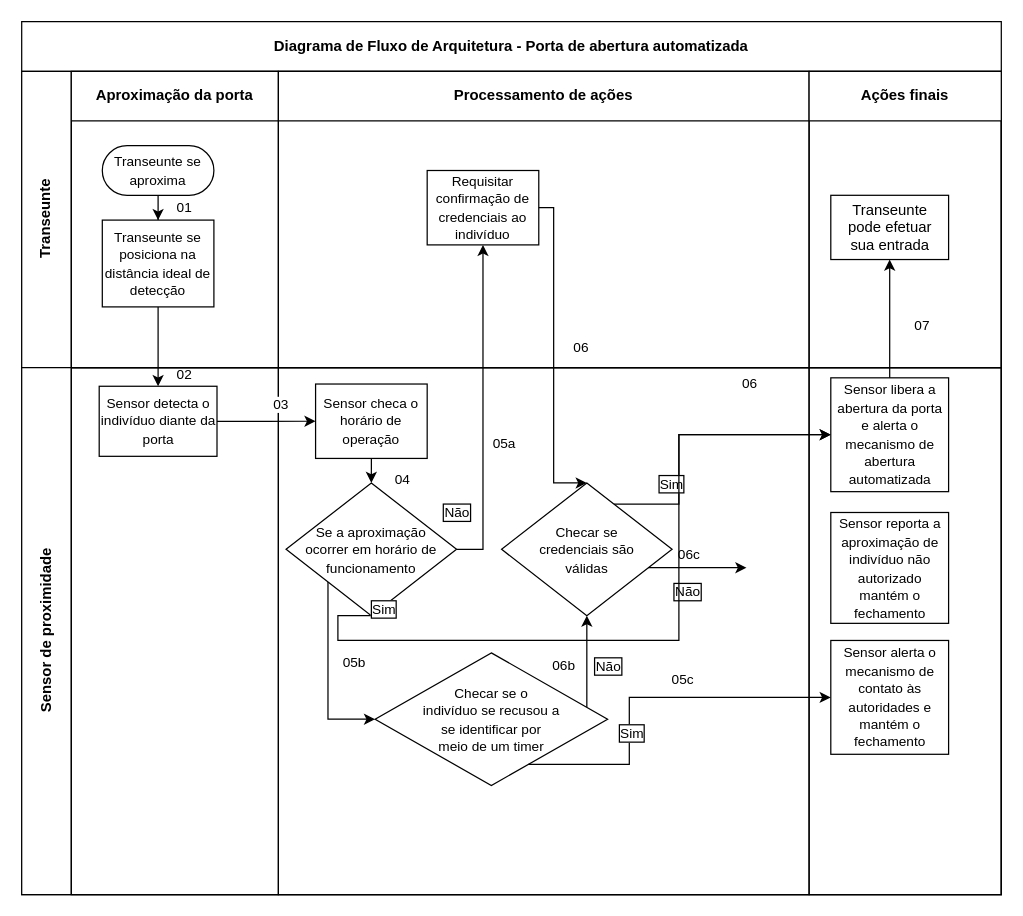
The draw.io diagram period3/software_eng/Untitled Diagram.drawio in gbrlgian/compsci, before the edit. Source tidied: cells renumbered, new cells numbered last; positions are measured from the earlier drawing's top-left corner, leaving out a move shared by most shapes. Both pictures are drawn from the tidied source at 124%, with x=0, y=0 at pixel (21, 21).
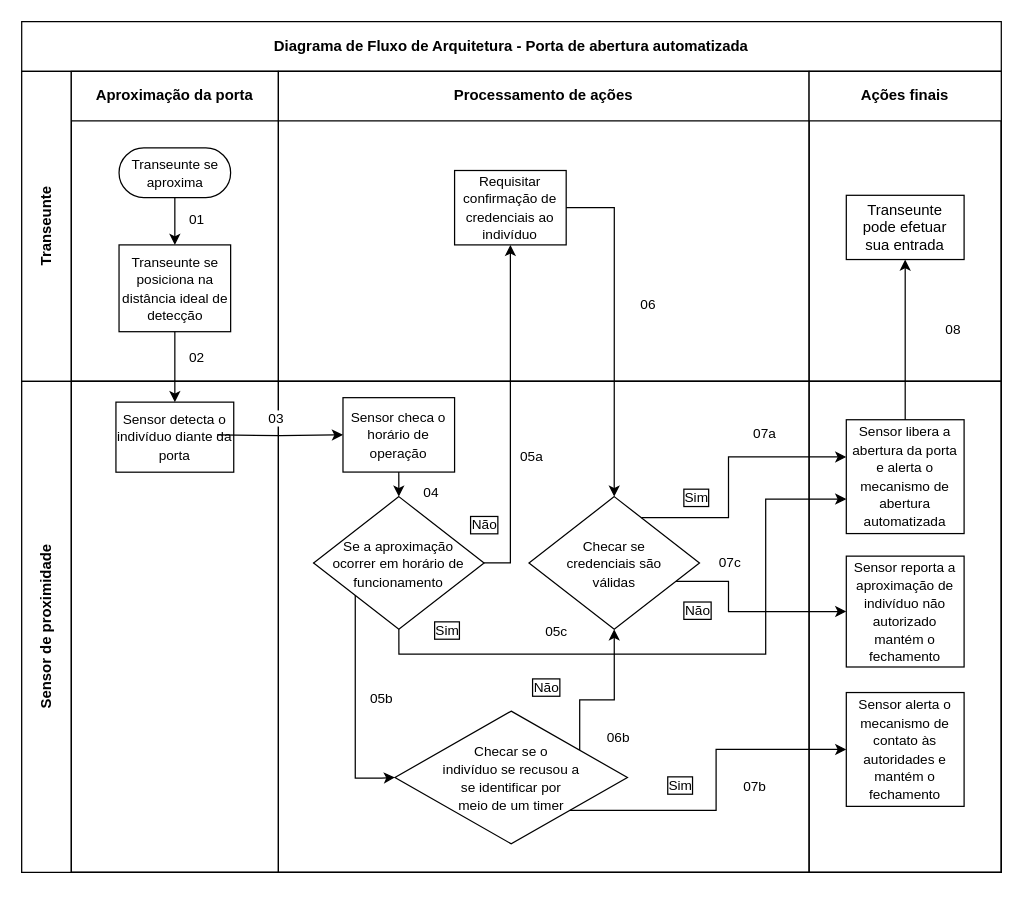
Above is the later version.

Unchanged cells that the change refers to:
```xml
<mxCell id="52" style="edgeStyle=orthogonalEdgeStyle;rounded=0;jettySize=auto;html=1;entryX=0.5;entryY=1;entryDx=0;entryDy=0;" parent="2" edge="1" source="34" target="14">
  <mxGeometry relative="1" as="geometry" />
</mxCell>
```

The edit, as a diff of the source:
```diff
@@
     <mxCell id="2" value="Diagrama de Fluxo de Arquitetura - Porta de abertura automatizada" style="shape=table;childLayout=tableLayout;rowLines=0;columnLines=0;startSize=40;html=1;whiteSpace=wrap;fontStyle=1;" parent="1" vertex="1">
-      <mxGeometry width="790" height="704" as="geometry" />
+      <mxGeometry width="790" height="686" as="geometry" />
     </mxCell>
-    <mxCell id="3" style="edgeStyle=orthogonalEdgeStyle;rounded=0;jettySize=auto;html=1;" parent="2" edge="1" source="10" target="17">
-      <mxGeometry relative="1" as="geometry" />
-    </mxCell>
-    <mxCell id="4" value="02" style="edgeLabel;html=1;align=center;verticalAlign=middle;" parent="3" vertex="1">
-      <mxGeometry x="0.31" relative="1" as="geometry">
-        <mxPoint x="20" y="12.4" as="offset" />
-      </mxGeometry>
-    </mxCell>
     <mxCell id="5" value="&lt;div&gt;Transeunte&lt;/div&gt;" style="swimlane;horizontal=0;startSize=40;html=1;whiteSpace=wrap;" parent="2" vertex="1">
-      <mxGeometry y="40" width="790" height="239" as="geometry" />
+      <mxGeometry y="40" width="790" height="250" as="geometry" />
     </mxCell>
     <mxCell id="6" value="Aproximação da porta" style="swimlane;startSize=40;html=1;whiteSpace=wrap;" parent="5" vertex="1">
-      <mxGeometry x="40" width="167" height="239" as="geometry" />
+      <mxGeometry x="40" width="167" height="250" as="geometry" />
     </mxCell>
-    <mxCell id="7" style="edgeStyle=orthogonalEdgeStyle;rounded=0;jettySize=auto;html=1;" parent="6" edge="1" source="9" target="10">
+    <mxCell id="7" style="edgeStyle=orthogonalEdgeStyle;rounded=0;jettySize=auto;html=1;exitX=0.5;exitY=1;exitDx=0;exitDy=0;entryX=0.5;entryY=0;entryDx=0;entryDy=0;" parent="6" edge="1" source="9" target="10">
       <mxGeometry relative="1" as="geometry" />
     </mxCell>
-    <mxCell id="8" value="01" style="edgeLabel;html=1;align=center;verticalAlign=middle;labelBorderColor=none;" parent="7" vertex="1">
-      <mxGeometry x="0.51" y="1" relative="1" as="geometry">
-        <mxPoint x="19" y="4.7" as="offset" />
+    <mxCell id="8" value="01" style="edgeLabel;html=1;align=center;verticalAlign=middle;" parent="7" vertex="1">
+      <mxGeometry x="-0.23" y="1" relative="1" as="geometry">
+        <mxPoint x="15.5" y="3" as="offset" />
       </mxGeometry>
     </mxCell>
     <mxCell id="9" value="&lt;font style=&quot;font-size: 11px&quot;&gt;Transeunte se aproxima&lt;/font&gt;" style="rounded=1;whiteSpace=wrap;html=1;arcSize=50;" parent="6" vertex="1">
-      <mxGeometry x="25" y="60" width="90" height="40" as="geometry" />
+      <mxGeometry x="38.5" y="61.8" width="90" height="40" as="geometry" />
     </mxCell>
     <mxCell id="10" value="&lt;font style=&quot;font-size: 11px&quot;&gt;Transeunte se posiciona na distância ideal de detecção&lt;/font&gt;" style="rounded=0;whiteSpace=wrap;html=1;" parent="6" vertex="1">
-      <mxGeometry x="25" y="120" width="90" height="70" as="geometry" />
+      <mxGeometry x="38.5" y="140" width="90" height="70" as="geometry" />
     </mxCell>
     <mxCell id="11" value="Processamento de ações" style="swimlane;startSize=40;html=1;whiteSpace=wrap;" parent="5" vertex="1">
-      <mxGeometry x="207" width="428" height="239" as="geometry" />
+      <mxGeometry x="207" width="428" height="250" as="geometry" />
     </mxCell>
     <mxCell id="12" value="&lt;font style=&quot;font-size: 11px&quot;&gt;Requisitar confirmação de credenciais ao indivíduo&lt;/font&gt;" style="rounded=0;whiteSpace=wrap;html=1;" parent="11" vertex="1">
-      <mxGeometry x="120" y="80" width="90" height="60" as="geometry" />
+      <mxGeometry x="142.1" y="80" width="90" height="60" as="geometry" />
     </mxCell>
     <mxCell id="13" value="Ações finais" style="swimlane;startSize=40;html=1;whiteSpace=wrap;" parent="5" vertex="1">
-      <mxGeometry x="635" width="155" height="239" as="geometry" />
+      <mxGeometry x="635" width="155" height="250" as="geometry" />
     </mxCell>
     <mxCell id="14" value="&lt;div&gt;Transeunte&lt;/div&gt;&lt;div&gt; pode efetuar&lt;/div&gt;&lt;div&gt; sua entrada&lt;/div&gt;" style="rounded=0;whiteSpace=wrap;html=1;" parent="13" vertex="1">
-      <mxGeometry x="17.5" y="100" width="95" height="51.8" as="geometry" />
+      <mxGeometry x="30" y="100" width="95" height="51.8" as="geometry" />
     </mxCell>
     <mxCell id="15" value="&lt;div&gt;Sensor de proximidade&lt;/div&gt;" style="swimlane;horizontal=0;startSize=40;html=1;whiteSpace=wrap;" parent="2" vertex="1">
-      <mxGeometry y="279" width="790" height="425" as="geometry" />
+      <mxGeometry y="290" width="790" height="396" as="geometry" />
     </mxCell>
     <mxCell id="16" style="swimlane;startSize=0;html=1;whiteSpace=wrap;" parent="15" vertex="1">
-      <mxGeometry x="40" width="167" height="425" as="geometry" />
+      <mxGeometry x="40" width="167" height="396" as="geometry" />
     </mxCell>
     <mxCell id="17" value="&lt;font style=&quot;font-size: 11px&quot;&gt;Sensor detecta o indivíduo diante da porta&lt;/font&gt;" style="rounded=0;whiteSpace=wrap;html=1;" parent="16" vertex="1">
-      <mxGeometry x="22.5" y="15" width="95" height="56.5" as="geometry" />
+      <mxGeometry x="36" y="16.8" width="95" height="56.5" as="geometry" />
     </mxCell>
     <mxCell id="18" style="swimlane;startSize=0;html=1;whiteSpace=wrap;" parent="15" vertex="1">
-      <mxGeometry x="207" width="428" height="425" as="geometry" />
+      <mxGeometry x="207" width="428" height="396" as="geometry" />
     </mxCell>
@@
     <mxCell id="21" style="edgeStyle=orthogonalEdgeStyle;rounded=0;jettySize=auto;html=1;exitX=0;exitY=0.5;exitDx=0;exitDy=0;entryX=0;entryY=0.5;entryDx=0;entryDy=0;" parent="18" edge="1" source="24" target="32">
       <mxGeometry relative="1" as="geometry">
         <Array as="points">
-          <mxPoint x="40" y="147" />
-          <mxPoint x="40" y="284" />
+          <mxPoint x="62" y="146" />
+          <mxPoint x="62" y="320" />
+          <mxPoint x="83" y="320" />
         </Array>
       </mxGeometry>
     </mxCell>
@@
     <mxCell id="23" value="&lt;font style=&quot;font-size: 11px&quot;&gt;Sensor checa o horário de operação&lt;/font&gt;" style="rounded=0;whiteSpace=wrap;html=1;" parent="18" vertex="1">
-      <mxGeometry x="30" y="13.2" width="90" height="60" as="geometry" />
+      <mxGeometry x="52.1" y="13.2" width="90" height="60" as="geometry" />
     </mxCell>
-    <mxCell id="24" value="&lt;div&gt;&lt;font style=&quot;font-size: 11px&quot;&gt;Se a aproximação &lt;br&gt;&lt;/font&gt;&lt;/div&gt;&lt;div&gt;&lt;font style=&quot;font-size: 11px&quot;&gt;ocorrer em horário de funcionamento&lt;/font&gt;&lt;/div&gt;" style="rhombus;whiteSpace=wrap;html=1;" parent="18" vertex="1">
-      <mxGeometry x="6.2" y="93" width="137.5" height="107" as="geometry" />
-    </mxCell>
-    <mxCell id="25" value="&lt;div&gt;&lt;font style=&quot;font-size: 11px&quot;&gt;Checar se &lt;br&gt;&lt;/font&gt;&lt;/div&gt;&lt;div&gt;&lt;font style=&quot;font-size: 11px&quot;&gt;credenciais são &lt;br&gt;&lt;/font&gt;&lt;/div&gt;&lt;div&gt;&lt;font style=&quot;font-size: 11px&quot;&gt;válidas&lt;/font&gt;&lt;/div&gt;" style="rhombus;whiteSpace=wrap;html=1;" parent="18" vertex="1">
-      <mxGeometry x="180" y="93" width="137.5" height="107" as="geometry" />
-    </mxCell>
     <mxCell id="26" style="edgeStyle=orthogonalEdgeStyle;rounded=0;jettySize=auto;html=1;entryX=0.5;entryY=1;entryDx=0;entryDy=0;" parent="18" edge="1" source="32" target="25">
       <mxGeometry relative="1" as="geometry">
         <Array as="points">
-          <mxPoint x="249" y="230" />
+          <mxPoint x="243" y="257" />
+          <mxPoint x="271" y="257" />
         </Array>
       </mxGeometry>
     </mxCell>
     <mxCell id="27" value="Não" style="edgeLabel;html=1;align=center;verticalAlign=middle;labelBorderColor=#000000;" parent="26" vertex="1">
       <mxGeometry x="-0.37" relative="1" as="geometry">
-        <mxPoint x="16.7" y="-10.6" as="offset" />
+        <mxPoint x="-27.9" y="-10.6" as="offset" />
       </mxGeometry>
     </mxCell>
     <mxCell id="28" value="06b" style="edgeLabel;html=1;align=center;verticalAlign=middle;" parent="26" vertex="1">
       <mxGeometry x="-0.16" relative="1" as="geometry">
-        <mxPoint x="-18.8" y="-3.2" as="offset" />
+        <mxPoint x="18.1" y="29" as="offset" />
       </mxGeometry>
     </mxCell>
-    <mxCell id="29" style="edgeStyle=orthogonalEdgeStyle;rounded=0;orthogonalLoop=1;jettySize=auto;html=1;entryX=0;entryY=0.5;entryDx=0;entryDy=0;" parent="18" edge="1">
+    <mxCell id="29" style="edgeStyle=orthogonalEdgeStyle;rounded=0;jettySize=auto;html=1;entryX=0;entryY=0.5;entryDx=0;entryDy=0;" parent="18" edge="1" target="35">
       <mxGeometry relative="1" as="geometry">
-        <mxPoint x="298.2" y="161.3" as="sourcePoint" />
-        <mxPoint x="377.5" y="161.3" as="targetPoint" />
+        <mxPoint x="320.3" y="161.3" as="sourcePoint" />
         <Array as="points">
-          <mxPoint x="348" y="160.8" />
+          <mxPoint x="363" y="161" />
+          <mxPoint x="363" y="186" />
         </Array>
       </mxGeometry>
     </mxCell>
     <mxCell id="30" value="Não" style="edgeLabel;html=1;align=center;verticalAlign=middle;labelBorderColor=#000000;" parent="29" vertex="1">
       <mxGeometry x="-0.41" y="-1" relative="1" as="geometry">
-        <mxPoint x="8.6" y="17.7" as="offset" />
+        <mxPoint x="-24.6" y="17.7" as="offset" />
       </mxGeometry>
     </mxCell>
-    <mxCell id="31" value="06c" style="edgeLabel;html=1;align=center;verticalAlign=middle;" parent="29" vertex="1">
+    <mxCell id="31" value="07c" style="edgeLabel;html=1;align=center;verticalAlign=middle;" parent="29" vertex="1">
       <mxGeometry x="-0.33" y="-1" relative="1" as="geometry">
-        <mxPoint x="5.4" y="-12.3" as="offset" />
+        <mxPoint x="1" y="-26.8" as="offset" />
       </mxGeometry>
     </mxCell>
+    <mxCell id="25" value="&lt;div&gt;&lt;font style=&quot;font-size: 11px&quot;&gt;Checar se &lt;br&gt;&lt;/font&gt;&lt;/div&gt;&lt;div&gt;&lt;font style=&quot;font-size: 11px&quot;&gt;credenciais são &lt;br&gt;&lt;/font&gt;&lt;/div&gt;&lt;div&gt;&lt;font style=&quot;font-size: 11px&quot;&gt;válidas&lt;/font&gt;&lt;/div&gt;" style="rhombus;whiteSpace=wrap;html=1;" parent="18" vertex="1">
+      <mxGeometry x="202.1" y="93" width="137.5" height="107" as="geometry" />
+    </mxCell>
+    <mxCell id="24" value="&lt;div&gt;&lt;font style=&quot;font-size: 11px&quot;&gt;Se a aproximação &lt;br&gt;&lt;/font&gt;&lt;/div&gt;&lt;div&gt;&lt;font style=&quot;font-size: 11px&quot;&gt;ocorrer em horário de funcionamento&lt;/font&gt;&lt;/div&gt;" style="rhombus;whiteSpace=wrap;html=1;" parent="18" vertex="1">
+      <mxGeometry x="28.4" y="93" width="137.5" height="107" as="geometry" />
+    </mxCell>
+    <mxCell id="41" style="edgeStyle=orthogonalEdgeStyle;rounded=0;jettySize=auto;html=1;exitX=0.5;exitY=1;exitDx=0;exitDy=0;" parent="18" edge="1" source="24" target="34">
+      <mxGeometry relative="1" as="geometry">
+        <Array as="points">
+          <mxPoint x="97" y="220" />
+          <mxPoint x="393" y="220" />
+          <mxPoint x="393" y="95" />
+        </Array>
+      </mxGeometry>
+    </mxCell>
+    <mxCell id="42" value="Sim" style="edgeLabel;html=1;align=center;verticalAlign=middle;labelBorderColor=#000000;" parent="41" vertex="1">
+      <mxGeometry x="-0.95" relative="1" as="geometry">
+        <mxPoint x="38" y="-12.7" as="offset" />
+      </mxGeometry>
+    </mxCell>
+    <mxCell id="46" value="05c" style="edgeLabel;html=1;align=center;verticalAlign=middle;" parent="41" vertex="1">
+      <mxGeometry x="-0.34" relative="1" as="geometry">
+        <mxPoint x="-20.5" y="-19" as="offset" />
+      </mxGeometry>
+    </mxCell>
     <mxCell id="32" value="&lt;div&gt;&lt;font style=&quot;font-size: 11px&quot;&gt;Checar se o &lt;br&gt;&lt;/font&gt;&lt;/div&gt;&lt;div&gt;&lt;font style=&quot;font-size: 11px&quot;&gt;indivíduo se recusou a &lt;br&gt;&lt;/font&gt;&lt;/div&gt;&lt;div&gt;&lt;font style=&quot;font-size: 11px&quot;&gt;se identificar por &lt;br&gt;&lt;/font&gt;&lt;/div&gt;&lt;div&gt;&lt;font style=&quot;font-size: 11px&quot;&gt;meio de um timer&lt;/font&gt;&lt;/div&gt;" style="rhombus;whiteSpace=wrap;html=1;" parent="18" vertex="1">
-      <mxGeometry x="78" y="230" width="187.5" height="107" as="geometry" />
+      <mxGeometry x="94" y="266" width="187.5" height="107" as="geometry" />
     </mxCell>
     <mxCell id="33" style="swimlane;startSize=0;html=1;whiteSpace=wrap;" parent="15" vertex="1">
-      <mxGeometry x="635" width="155" height="425" as="geometry" />
+      <mxGeometry x="635" width="155" height="396" as="geometry" />
     </mxCell>
     <mxCell id="34" value="&lt;font style=&quot;font-size: 11px&quot;&gt;Sensor libera a abertura da porta e alerta o mecanismo de abertura automatizada&lt;/font&gt;" style="rounded=0;whiteSpace=wrap;html=1;" parent="33" vertex="1">
-      <mxGeometry x="17.5" y="8.2" width="95" height="91.8" as="geometry" />
+      <mxGeometry x="30" y="31" width="95" height="91.8" as="geometry" />
     </mxCell>
     <mxCell id="35" value="&lt;font style=&quot;font-size: 11px&quot;&gt;Sensor reporta a aproximação de indivíduo não autorizado mantém o fechamento&lt;br&gt;&lt;/font&gt;" style="rounded=0;whiteSpace=wrap;html=1;" parent="33" vertex="1">
-      <mxGeometry x="17.5" y="116.8" width="95" height="89.4" as="geometry" />
+      <mxGeometry x="30" y="141" width="95" height="89.4" as="geometry" />
     </mxCell>
     <mxCell id="36" value="&lt;font style=&quot;font-size: 11px&quot;&gt;Sensor alerta o mecanismo de contato às autoridades e mantém o fechamento&lt;/font&gt;" style="rounded=0;whiteSpace=wrap;html=1;" parent="33" vertex="1">
-      <mxGeometry x="17.5" y="220" width="95" height="91.8" as="geometry" />
+      <mxGeometry x="30" y="251" width="95" height="91.8" as="geometry" />
     </mxCell>
-    <mxCell id="37" style="edgeStyle=orthogonalEdgeStyle;rounded=0;jettySize=auto;html=1;entryX=0;entryY=0.5;entryDx=0;entryDy=0;" parent="15" edge="1" source="17" target="23">
-      <mxGeometry relative="1" as="geometry" />
+    <mxCell id="37" style="edgeStyle=orthogonalEdgeStyle;rounded=0;jettySize=auto;html=1;entryX=0;entryY=0.5;entryDx=0;entryDy=0;" parent="15" edge="1" target="23">
+      <mxGeometry relative="1" as="geometry">
+        <mxPoint x="157.5" y="43.3" as="sourcePoint" />
+      </mxGeometry>
     </mxCell>
     <mxCell id="38" value="&lt;div&gt;03&lt;/div&gt;" style="edgeLabel;html=1;align=center;verticalAlign=middle;" parent="37" vertex="1">
       <mxGeometry x="0.29" y="1" relative="1" as="geometry">
-        <mxPoint y="-12.3" as="offset" />
+        <mxPoint x="-18.5" y="-12.3" as="offset" />
       </mxGeometry>
     </mxCell>
-    <mxCell id="39" style="edgeStyle=orthogonalEdgeStyle;rounded=0;jettySize=auto;html=1;entryX=0;entryY=0.5;entryDx=0;entryDy=0;" parent="15" edge="1" source="25" target="34">
+    <mxCell id="39" style="edgeStyle=orthogonalEdgeStyle;rounded=0;jettySize=auto;html=1;" parent="15" edge="1" source="25">
       <mxGeometry relative="1" as="geometry">
+        <mxPoint x="665" y="61" as="targetPoint" />
         <Array as="points">
-          <mxPoint x="530" y="110" />
-          <mxPoint x="530" y="54" />
+          <mxPoint x="570" y="110" />
+          <mxPoint x="570" y="61" />
         </Array>
       </mxGeometry>
     </mxCell>
@@
-    <mxCell id="41" style="edgeStyle=orthogonalEdgeStyle;rounded=0;jettySize=auto;html=1;exitX=0.5;exitY=1;exitDx=0;exitDy=0;entryX=0;entryY=0.5;entryDx=0;entryDy=0;" parent="15" edge="1" source="24" target="34">
-      <mxGeometry relative="1" as="geometry">
-        <Array as="points">
-          <mxPoint x="255" y="220" />
-          <mxPoint x="530" y="220" />
-          <mxPoint x="530" y="54" />
-        </Array>
-      </mxGeometry>
-    </mxCell>
-    <mxCell id="42" value="Sim" style="edgeLabel;html=1;align=center;verticalAlign=middle;labelBorderColor=#000000;" parent="41" vertex="1">
-      <mxGeometry x="-0.95" relative="1" as="geometry">
-        <mxPoint x="25" y="-5.5" as="offset" />
-      </mxGeometry>
-    </mxCell>
-    <mxCell id="43" value="06" style="edgeLabel;html=1;align=center;verticalAlign=middle;" parent="41" vertex="1">
-      <mxGeometry x="0.78" y="1" relative="1" as="geometry">
-        <mxPoint x="1" y="-41" as="offset" />
-      </mxGeometry>
-    </mxCell>
+    <mxCell id="54" value="07a" style="edgeLabel;html=1;align=center;verticalAlign=middle;" parent="39" vertex="1">
+      <mxGeometry x="0.31" y="1" relative="1" as="geometry">
+        <mxPoint x="8.3" y="-19" as="offset" />
+      </mxGeometry>
+    </mxCell>
     <mxCell id="44" style="edgeStyle=orthogonalEdgeStyle;rounded=0;jettySize=auto;html=1;entryX=0;entryY=0.5;entryDx=0;entryDy=0;" parent="15" edge="1" source="32" target="36">
       <mxGeometry relative="1" as="geometry">
         <Array as="points">
-          <mxPoint x="490" y="320" />
-          <mxPoint x="490" y="266" />
+          <mxPoint x="560" y="346" />
+          <mxPoint x="560" y="297" />
         </Array>
       </mxGeometry>
     </mxCell>
     <mxCell id="45" value="Sim" style="edgeLabel;html=1;align=center;verticalAlign=middle;labelBorderColor=#000000;" parent="44" vertex="1">
-      <mxGeometry x="-0.42" y="-1" relative="1" as="geometry">
-        <mxPoint y="-21" as="offset" />
+      <mxGeometry x="-0.11" y="-1" relative="1" as="geometry">
+        <mxPoint x="-31" y="-17.1" as="offset" />
       </mxGeometry>
     </mxCell>
-    <mxCell id="46" value="05c" style="edgeLabel;html=1;align=center;verticalAlign=middle;" parent="44" vertex="1">
-      <mxGeometry x="-0.26" relative="1" as="geometry">
-        <mxPoint x="42.9" y="-40" as="offset" />
-      </mxGeometry>
-    </mxCell>
+    <mxCell id="55" value="07b" style="edgeLabel;html=1;align=center;verticalAlign=middle;" parent="44" vertex="1">
+      <mxGeometry x="-0.08" relative="1" as="geometry">
+        <mxPoint x="30" y="-12.9" as="offset" />
+      </mxGeometry>
+    </mxCell>
@@
     <mxCell id="50" style="edgeStyle=orthogonalEdgeStyle;rounded=0;jettySize=auto;html=1;entryX=0.5;entryY=0;entryDx=0;entryDy=0;" parent="2" edge="1" source="12" target="25">
       <mxGeometry relative="1" as="geometry">
         <Array as="points">
-          <mxPoint x="429" y="150" />
+          <mxPoint x="478" y="150" />
         </Array>
       </mxGeometry>
     </mxCell>
     <mxCell id="51" value="06" style="edgeLabel;html=1;align=center;verticalAlign=middle;" parent="50" vertex="1">
       <mxGeometry x="-0.24" y="1" relative="1" as="geometry">
-        <mxPoint x="20.2" y="25.2" as="offset" />
+        <mxPoint x="25.8" y="13.7" as="offset" />
       </mxGeometry>
     </mxCell>
@@
-    <mxCell id="53" value="07" style="edgeLabel;html=1;align=center;verticalAlign=middle;" parent="52" vertex="1">
+    <mxCell id="53" value="08" style="edgeLabel;html=1;align=center;verticalAlign=middle;" parent="52" vertex="1">
       <mxGeometry x="-0.25" relative="1" as="geometry">
-        <mxPoint x="25" y="-7" as="offset" />
+        <mxPoint x="37.5" y="-25.7" as="offset" />
       </mxGeometry>
     </mxCell>
+    <mxCell id="3" style="edgeStyle=orthogonalEdgeStyle;rounded=0;jettySize=auto;html=1;exitX=0.5;exitY=1;exitDx=0;exitDy=0;entryX=0.5;entryY=0;entryDx=0;entryDy=0;" parent="2" edge="1" source="10" target="17">
+      <mxGeometry relative="1" as="geometry" />
+    </mxCell>
+    <mxCell id="4" value="02" style="edgeLabel;html=1;align=center;verticalAlign=middle;" parent="3" vertex="1">
+      <mxGeometry x="-0.29" y="1" relative="1" as="geometry">
+        <mxPoint x="15.5" as="offset" />
+      </mxGeometry>
+    </mxCell>
```
